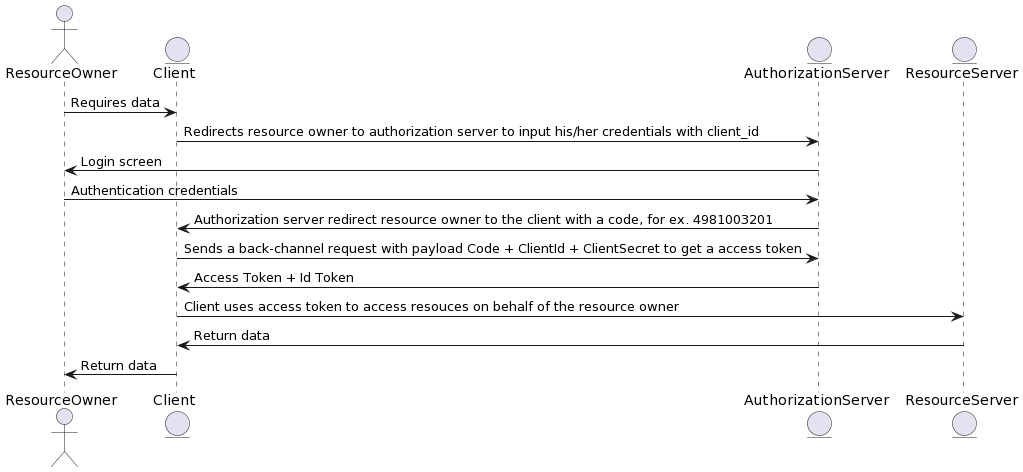
This is assets/oidc-authorization-code-flow.png from saeedmaghdam/oauth2, a PlantUML export, as it was before one commit.
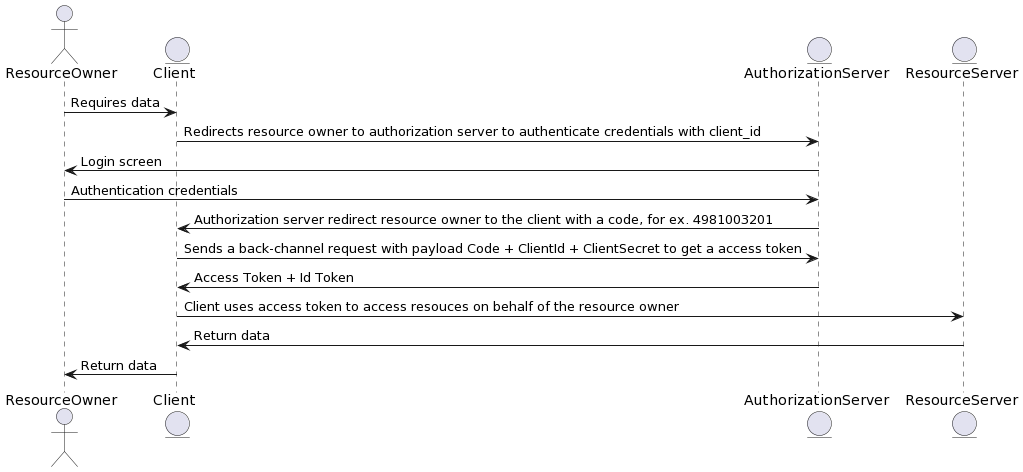
The same file after the commit.

Commit message:
changed 'replace his/her credentials' with 'authenticate credentials'

Change to the diagram source:
```diff
@@ -5,7 +5,7 @@
 entity      ResourceServer      as api
 
 user        -> client               : Requires data
-client      -> idp                  : Redirects resource owner to authorization server to input his/her credentials with client_id
+client      -> idp                  : Redirects resource owner to authorization server to authenticate credentials with client_id
 idp         -> user                 : Login screen
 user        -> idp                  : Authentication credentials
 idp         -> client               : Authorization server redirect resource owner to the client with a code, for ex. 4981003201
```
